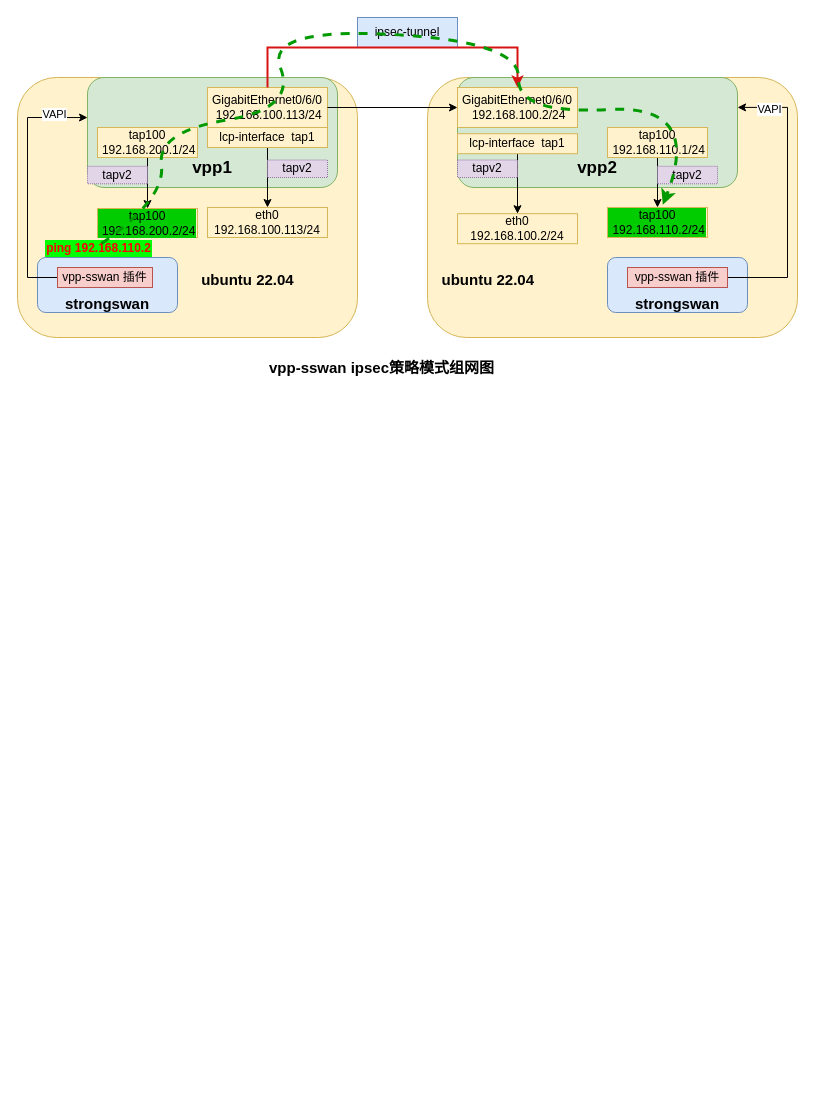
jin13417/dpdk-vpp-learning keeps this draw.io diagram as new_map/strongswan-vpp.drawio. Above is the earlier version. Source tidied: cells renumbered, new cells numbered last; positions are measured from the earlier drawing's top-left corner, leaving out a move shared by most shapes. Both pictures are drawn from the tidied source at 100%, with x=0, y=0 at pixel (17, 17).
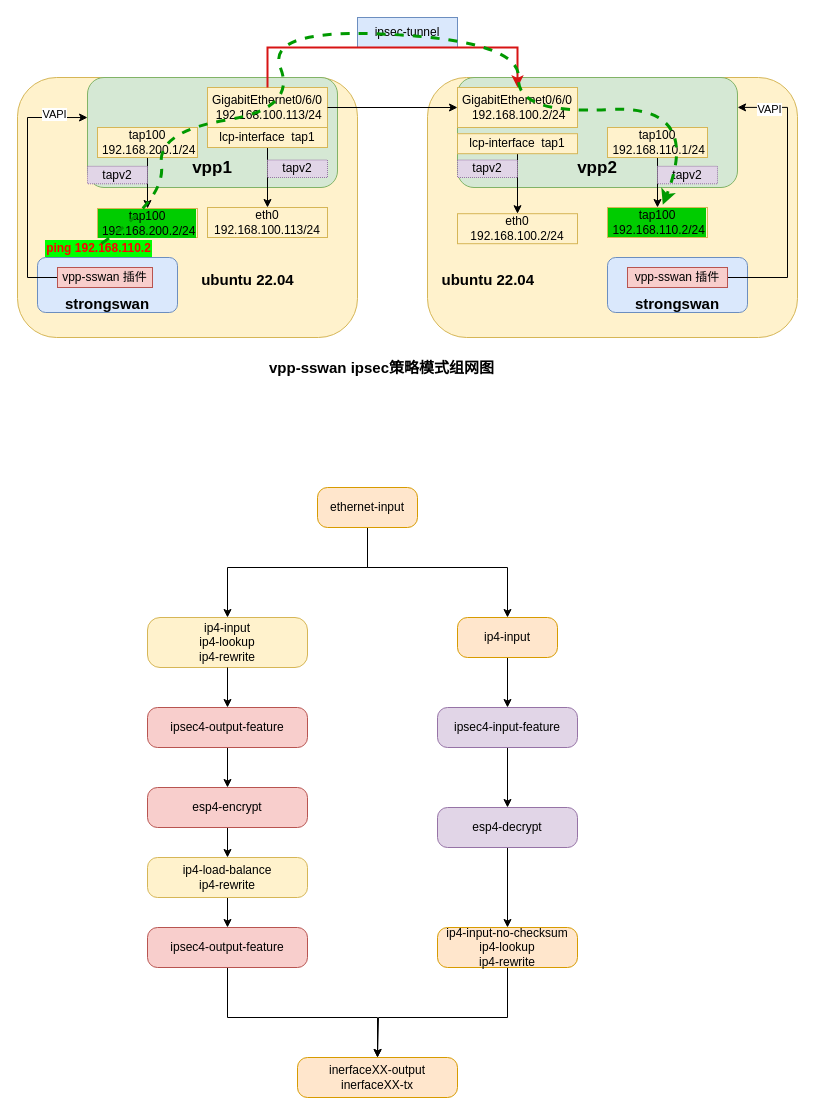
Above is the later version.

What changed in the source:
```diff
@@
+    <mxCell id="38" style="edgeStyle=orthogonalEdgeStyle;rounded=0;jettySize=auto;html=1;entryX=0.5;entryY=0;entryDx=0;entryDy=0;" parent="1" edge="1" source="40" target="41">
+      <mxGeometry relative="1" as="geometry">
+        <Array as="points">
+          <mxPoint x="350" y="550" />
+          <mxPoint x="210" y="550" />
+        </Array>
+      </mxGeometry>
+    </mxCell>
+    <mxCell id="39" style="edgeStyle=orthogonalEdgeStyle;rounded=0;jettySize=auto;html=1;entryX=0.5;entryY=0;entryDx=0;entryDy=0;" parent="1" edge="1" source="40" target="53">
+      <mxGeometry relative="1" as="geometry">
+        <Array as="points">
+          <mxPoint x="350" y="550" />
+          <mxPoint x="490" y="550" />
+        </Array>
+      </mxGeometry>
+    </mxCell>
+    <mxCell id="40" value="ethernet-input" style="rounded=1;whiteSpace=wrap;html=1;arcSize=25;fillColor=#ffe6cc;strokeColor=#d79b00;" parent="1" vertex="1">
+      <mxGeometry x="300" y="470" width="100" height="40" as="geometry" />
+    </mxCell>
+    <mxCell id="41" value="ip4-input&lt;br&gt;ip4-lookup&lt;br&gt;ip4-rewrite" style="rounded=1;whiteSpace=wrap;html=1;arcSize=25;fillColor=#fff2cc;strokeColor=#d6b656;" parent="1" vertex="1">
+      <mxGeometry x="130" y="600" width="160" height="50" as="geometry" />
+    </mxCell>
+    <mxCell id="42" style="edgeStyle=orthogonalEdgeStyle;rounded=0;jettySize=auto;html=1;exitX=0.5;exitY=1;exitDx=0;exitDy=0;" parent="1" edge="1" source="41" target="44">
+      <mxGeometry relative="1" as="geometry" />
+    </mxCell>
+    <mxCell id="43" style="edgeStyle=orthogonalEdgeStyle;rounded=0;jettySize=auto;html=1;" parent="1" edge="1" source="44" target="46">
+      <mxGeometry relative="1" as="geometry" />
+    </mxCell>
+    <mxCell id="44" value="ipsec4-output-feature" style="rounded=1;whiteSpace=wrap;html=1;arcSize=25;fillColor=#f8cecc;strokeColor=#b85450;" parent="1" vertex="1">
+      <mxGeometry x="130" y="690" width="160" height="40" as="geometry" />
+    </mxCell>
+    <mxCell id="45" style="edgeStyle=orthogonalEdgeStyle;rounded=0;jettySize=auto;html=1;" parent="1" edge="1" source="46" target="48">
+      <mxGeometry relative="1" as="geometry" />
+    </mxCell>
+    <mxCell id="46" value="esp4-encrypt" style="rounded=1;whiteSpace=wrap;html=1;arcSize=25;fillColor=#f8cecc;strokeColor=#b85450;" parent="1" vertex="1">
+      <mxGeometry x="130" y="770" width="160" height="40" as="geometry" />
+    </mxCell>
+    <mxCell id="47" style="edgeStyle=orthogonalEdgeStyle;rounded=0;jettySize=auto;html=1;" parent="1" edge="1" source="48" target="50">
+      <mxGeometry relative="1" as="geometry" />
+    </mxCell>
+    <mxCell id="48" value="ip4-load-balance&lt;br&gt;ip4-rewrite" style="rounded=1;whiteSpace=wrap;html=1;arcSize=25;fillColor=#fff2cc;strokeColor=#d6b656;" parent="1" vertex="1">
+      <mxGeometry x="130" y="840" width="160" height="40" as="geometry" />
+    </mxCell>
+    <mxCell id="49" style="edgeStyle=orthogonalEdgeStyle;rounded=0;jettySize=auto;html=1;exitX=0.5;exitY=1;exitDx=0;exitDy=0;" parent="1" edge="1" source="50" target="51">
+      <mxGeometry relative="1" as="geometry">
+        <Array as="points">
+          <mxPoint x="210" y="1000" />
+          <mxPoint x="360" y="1000" />
+        </Array>
+      </mxGeometry>
+    </mxCell>
+    <mxCell id="50" value="ipsec4-output-feature" style="rounded=1;whiteSpace=wrap;html=1;arcSize=25;fillColor=#f8cecc;strokeColor=#b85450;" parent="1" vertex="1">
+      <mxGeometry x="130" y="910" width="160" height="40" as="geometry" />
+    </mxCell>
+    <mxCell id="51" value="inerfaceXX-output&lt;br&gt;inerfaceXX-tx" style="rounded=1;whiteSpace=wrap;html=1;arcSize=25;fillColor=#ffe6cc;strokeColor=#d79b00;" parent="1" vertex="1">
+      <mxGeometry x="280" y="1040" width="160" height="40" as="geometry" />
+    </mxCell>
+    <mxCell id="52" style="edgeStyle=orthogonalEdgeStyle;rounded=0;jettySize=auto;html=1;" parent="1" edge="1" source="53" target="55">
+      <mxGeometry relative="1" as="geometry" />
+    </mxCell>
+    <mxCell id="53" value="ip4-input" style="rounded=1;whiteSpace=wrap;html=1;arcSize=25;fillColor=#ffe6cc;strokeColor=#d79b00;" parent="1" vertex="1">
+      <mxGeometry x="440" y="600" width="100" height="40" as="geometry" />
+    </mxCell>
+    <mxCell id="54" style="edgeStyle=orthogonalEdgeStyle;rounded=0;jettySize=auto;html=1;" parent="1" edge="1" source="55" target="57">
+      <mxGeometry relative="1" as="geometry" />
+    </mxCell>
+    <mxCell id="55" value="ipsec4-input-feature" style="rounded=1;whiteSpace=wrap;html=1;arcSize=25;fillColor=#e1d5e7;strokeColor=#9673a6;" parent="1" vertex="1">
+      <mxGeometry x="420" y="690" width="140" height="40" as="geometry" />
+    </mxCell>
+    <mxCell id="56" style="edgeStyle=orthogonalEdgeStyle;rounded=0;jettySize=auto;html=1;" parent="1" edge="1" source="57" target="59">
+      <mxGeometry relative="1" as="geometry" />
+    </mxCell>
+    <mxCell id="57" value="esp4-decrypt" style="rounded=1;whiteSpace=wrap;html=1;arcSize=25;fillColor=#e1d5e7;strokeColor=#9673a6;" parent="1" vertex="1">
+      <mxGeometry x="420" y="790" width="140" height="40" as="geometry" />
+    </mxCell>
+    <mxCell id="58" style="edgeStyle=orthogonalEdgeStyle;rounded=0;jettySize=auto;html=1;" parent="1" edge="1" source="59">
+      <mxGeometry relative="1" as="geometry">
+        <mxPoint x="360" y="1040" as="targetPoint" />
+        <Array as="points">
+          <mxPoint x="490" y="1000" />
+          <mxPoint x="361" y="1000" />
+        </Array>
+      </mxGeometry>
+    </mxCell>
+    <mxCell id="59" value="ip4-input-no-checksum&lt;br&gt;ip4-lookup&lt;br&gt;ip4-rewrite" style="rounded=1;whiteSpace=wrap;html=1;arcSize=25;fillColor=#ffe6cc;strokeColor=#d79b00;" parent="1" vertex="1">
+      <mxGeometry x="420" y="910" width="140" height="40" as="geometry" />
+    </mxCell>
```
